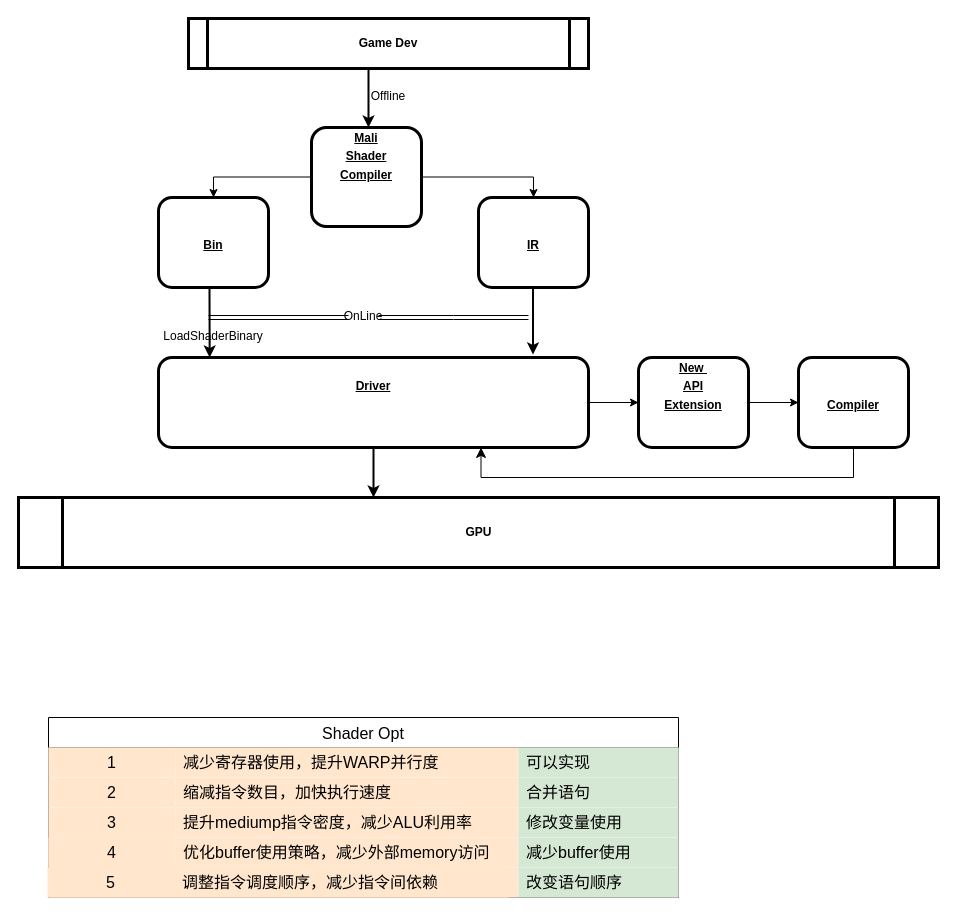
COthello/mesadoc keeps this draw.io diagram as gpu_comp.drawio. Above is the earlier version. Source tidied: cells renumbered, new cells numbered last; positions are measured from the earlier drawing's top-left corner, leaving out a move shared by most shapes. Both pictures are drawn from the tidied source at 100%, with x=0, y=0 at pixel (18, 18).
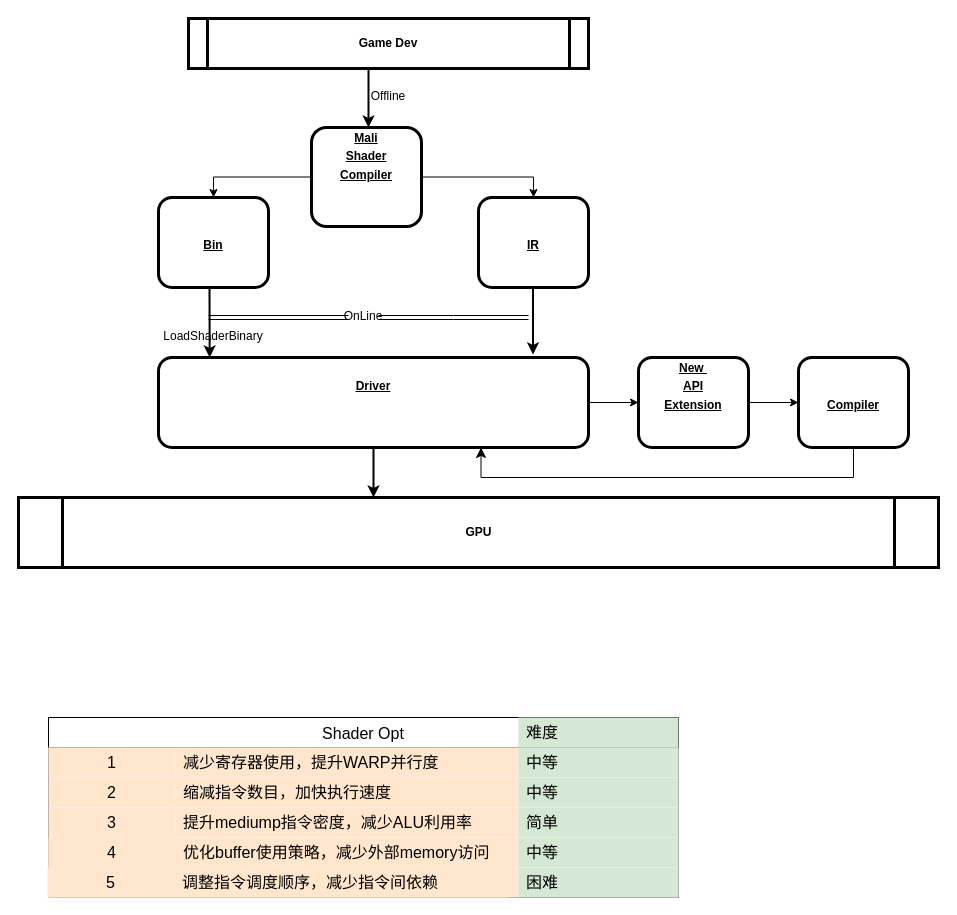
Above is the later version.

The change refers to these unchanged cells:
```xml
<mxCell id="25" style="shape=tableRow;horizontal=0;startSize=0;swimlaneHead=0;swimlaneBody=0;top=0;left=0;bottom=0;right=0;fontSize=16;" parent="24" vertex="1">
  <mxGeometry y="30" width="630" height="30" as="geometry" />
</mxCell>
<mxCell id="29" style="shape=tableRow;horizontal=0;startSize=0;swimlaneHead=0;swimlaneBody=0;top=0;left=0;bottom=0;right=0;fontSize=16;" parent="24" vertex="1">
  <mxGeometry y="60" width="630" height="30" as="geometry" />
</mxCell>
<mxCell id="33" style="shape=tableRow;horizontal=0;startSize=0;swimlaneHead=0;swimlaneBody=0;top=0;left=0;bottom=0;right=0;fontSize=16;" parent="24" vertex="1">
  <mxGeometry y="90" width="630" height="30" as="geometry" />
</mxCell>
<mxCell id="37" style="shape=tableRow;horizontal=0;startSize=0;swimlaneHead=0;swimlaneBody=0;top=0;left=0;bottom=0;right=0;fontSize=16;" parent="24" vertex="1">
  <mxGeometry y="120" width="630" height="30" as="geometry" />
</mxCell>
<mxCell id="41" style="shape=tableRow;horizontal=0;startSize=0;swimlaneHead=0;swimlaneBody=0;top=0;left=0;bottom=0;right=0;fontSize=16;" parent="24" vertex="1">
  <mxGeometry y="150" width="630" height="30" as="geometry" />
</mxCell>
```

The edit, as a diff of the source:
```diff
@@
-    <mxCell id="28" value="可以实现" style="shape=partialRectangle;html=1;whiteSpace=wrap;top=0;left=0;bottom=0;right=0;align=left;spacingLeft=6;overflow=hidden;fontSize=16;fillColor=#d5e8d4;strokeColor=#82b366;" parent="25" vertex="1">
+    <mxCell id="28" value="中等" style="shape=partialRectangle;html=1;whiteSpace=wrap;top=0;left=0;bottom=0;right=0;align=left;spacingLeft=6;overflow=hidden;fontSize=16;fillColor=#d5e8d4;strokeColor=#82b366;" parent="25" vertex="1">
       <mxGeometry x="470" width="160" height="30" as="geometry" />
     </mxCell>
@@
-    <mxCell id="32" value="合并语句" style="shape=partialRectangle;html=1;whiteSpace=wrap;top=0;left=0;bottom=0;right=0;align=left;spacingLeft=6;overflow=hidden;fontSize=16;fillColor=#d5e8d4;strokeColor=#82b366;" parent="29" vertex="1">
+    <mxCell id="32" value="中等" style="shape=partialRectangle;html=1;whiteSpace=wrap;top=0;left=0;bottom=0;right=0;align=left;spacingLeft=6;overflow=hidden;fontSize=16;fillColor=#d5e8d4;strokeColor=#82b366;" parent="29" vertex="1">
       <mxGeometry x="470" width="160" height="30" as="geometry" />
     </mxCell>
@@
-    <mxCell id="36" value="修改变量使用" style="shape=partialRectangle;html=1;whiteSpace=wrap;top=0;left=0;bottom=0;right=0;align=left;spacingLeft=6;overflow=hidden;fontSize=16;fillColor=#d5e8d4;strokeColor=#82b366;" parent="33" vertex="1">
+    <mxCell id="36" value="简单" style="shape=partialRectangle;html=1;whiteSpace=wrap;top=0;left=0;bottom=0;right=0;align=left;spacingLeft=6;overflow=hidden;fontSize=16;fillColor=#d5e8d4;strokeColor=#82b366;" parent="33" vertex="1">
       <mxGeometry x="470" width="160" height="30" as="geometry" />
     </mxCell>
@@
-    <mxCell id="40" value="减少buffer使用" style="shape=partialRectangle;html=1;whiteSpace=wrap;top=0;left=0;bottom=0;right=0;align=left;spacingLeft=6;overflow=hidden;fontSize=16;fillColor=#d5e8d4;strokeColor=#82b366;" parent="37" vertex="1">
+    <mxCell id="40" value="中等" style="shape=partialRectangle;html=1;whiteSpace=wrap;top=0;left=0;bottom=0;right=0;align=left;spacingLeft=6;overflow=hidden;fontSize=16;fillColor=#d5e8d4;strokeColor=#82b366;" parent="37" vertex="1">
       <mxGeometry x="470" width="160" height="30" as="geometry" />
     </mxCell>
@@
-    <mxCell id="44" value="改变语句顺序" style="shape=partialRectangle;html=1;whiteSpace=wrap;top=0;left=0;bottom=0;right=0;align=left;spacingLeft=6;overflow=hidden;fontSize=16;fillColor=#d5e8d4;strokeColor=#82b366;" parent="41" vertex="1">
+    <mxCell id="44" value="困难" style="shape=partialRectangle;html=1;whiteSpace=wrap;top=0;left=0;bottom=0;right=0;align=left;spacingLeft=6;overflow=hidden;fontSize=16;fillColor=#d5e8d4;strokeColor=#82b366;" parent="41" vertex="1">
       <mxGeometry x="470" width="160" height="30" as="geometry" />
     </mxCell>
@@
+    <mxCell id="48" value="难度" style="shape=partialRectangle;html=1;whiteSpace=wrap;top=0;left=0;bottom=0;right=0;align=left;spacingLeft=6;overflow=hidden;fontSize=16;fillColor=#d5e8d4;strokeColor=#82b366;" parent="1" vertex="1">
+      <mxGeometry x="500" y="699" width="160" height="30" as="geometry" />
+    </mxCell>
```
